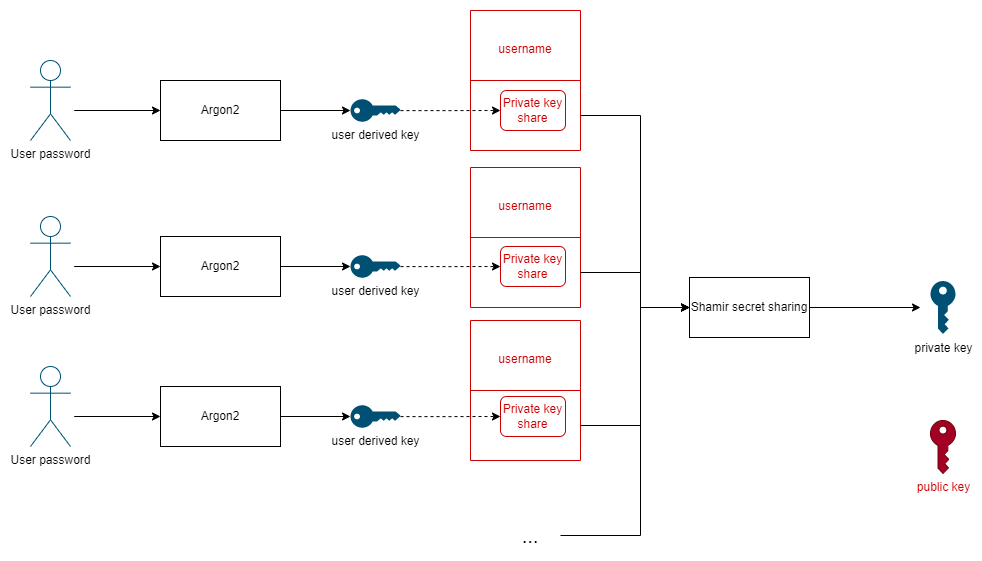
The draw.io diagram readme-images/Storage root key shares.drawio.png in damienmaier/encrypted-vault, before a commit. Source tidied: cells renumbered, new cells last; positions are measured from the earlier drawing's top-left corner, leaving out a move shared by most shapes.
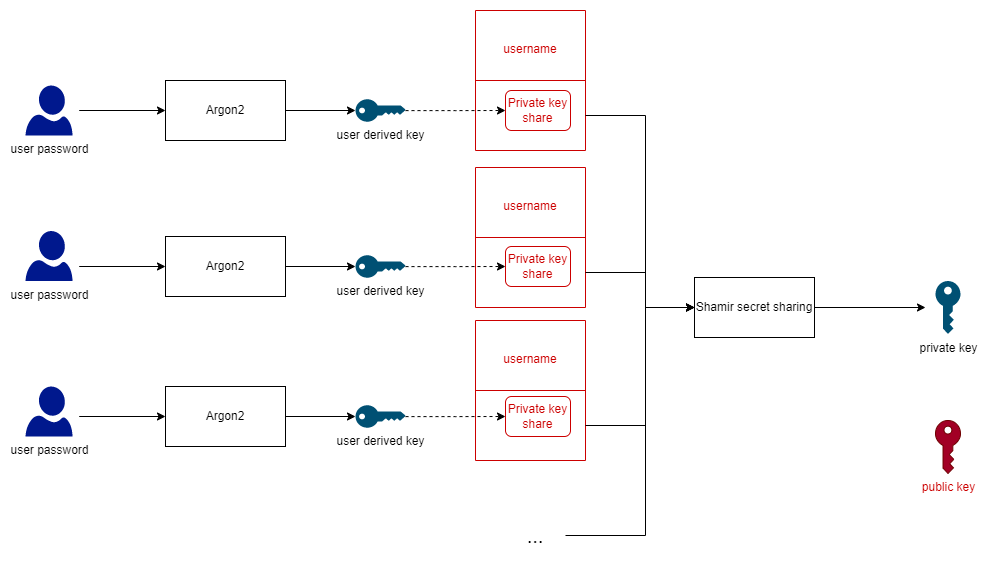
The same diagram one commit later.

What changed in the source:
```diff
@@ -162,14 +162,14 @@
     <mxCell id="43" value="Private key share" style="rounded=1;whiteSpace=wrap;html=1;fontColor=#CC0000;strokeColor=#CC0000;" parent="1" vertex="1">
       <mxGeometry x="470" y="386" width="65" height="40" as="geometry" />
     </mxCell>
-    <mxCell id="44" value="&lt;font color=&quot;#000000&quot;&gt;User password&lt;/font&gt;" style="shape=umlActor;verticalLabelPosition=bottom;verticalAlign=top;html=1;strokeColor=#005073;fontColor=#CC0000;fillColor=#FFFFFF;" parent="1" vertex="1">
-      <mxGeometry y="50" width="40" height="80" as="geometry" />
-    </mxCell>
-    <mxCell id="45" value="&lt;font color=&quot;#000000&quot;&gt;User password&lt;/font&gt;" style="shape=umlActor;verticalLabelPosition=bottom;verticalAlign=top;html=1;strokeColor=#005073;fontColor=#CC0000;fillColor=#FFFFFF;" parent="1" vertex="1">
-      <mxGeometry y="206" width="40" height="80" as="geometry" />
-    </mxCell>
-    <mxCell id="46" value="&lt;font color=&quot;#000000&quot;&gt;User password&lt;/font&gt;" style="shape=umlActor;verticalLabelPosition=bottom;verticalAlign=top;html=1;strokeColor=#005073;fontColor=#CC0000;fillColor=#FFFFFF;" parent="1" vertex="1">
-      <mxGeometry y="356" width="40" height="80" as="geometry" />
-    </mxCell>
+    <mxCell id="47" value="user password" style="sketch=0;shadow=0;dashed=0;html=1;strokeColor=none;labelPosition=center;verticalLabelPosition=bottom;verticalAlign=top;align=center;fillColor=#00188D;shape=mxgraph.azure.user;fontColor=#000000;" parent="1" vertex="1">
+      <mxGeometry x="-10" y="75" width="47" height="50" as="geometry" />
+    </mxCell>
+    <mxCell id="48" value="user password" style="sketch=0;shadow=0;dashed=0;html=1;strokeColor=none;labelPosition=center;verticalLabelPosition=bottom;verticalAlign=top;align=center;fillColor=#00188D;shape=mxgraph.azure.user;fontColor=#000000;" parent="1" vertex="1">
+      <mxGeometry x="-10" y="220.5" width="47" height="50" as="geometry" />
+    </mxCell>
+    <mxCell id="49" value="user password" style="sketch=0;shadow=0;dashed=0;html=1;strokeColor=none;labelPosition=center;verticalLabelPosition=bottom;verticalAlign=top;align=center;fillColor=#00188D;shape=mxgraph.azure.user;fontColor=#000000;" parent="1" vertex="1">
+      <mxGeometry x="-10" y="376" width="47" height="50" as="geometry" />
+    </mxCell>
   </root>
 </mxGraphModel>
```
